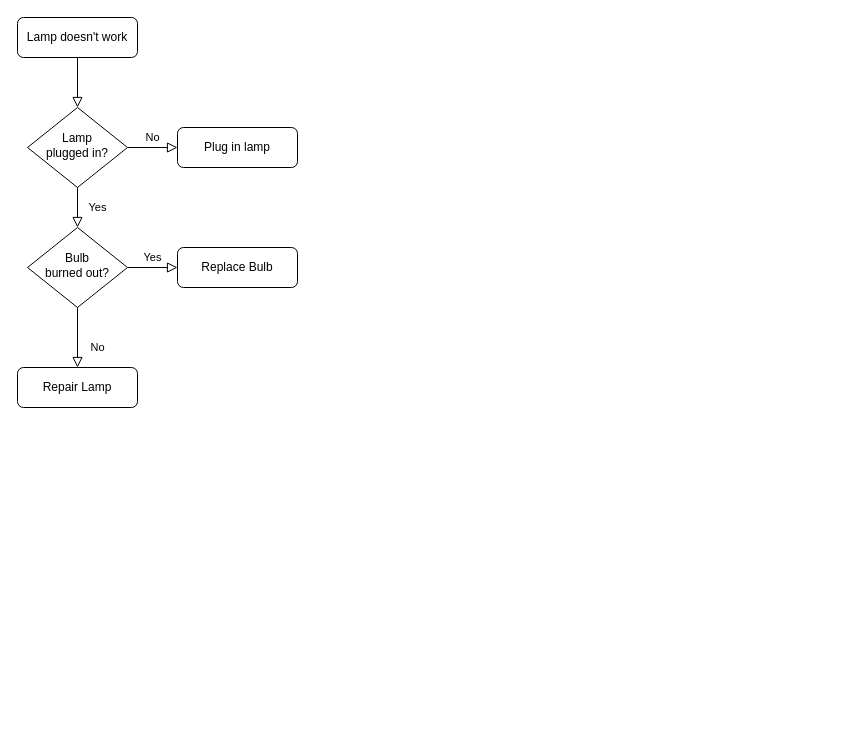
This is Lexer-Parser/ex00/ParserLexer.drawio from lugonzalg/Laboratory, a draw.io file, before an edit. Source tidied: cells renumbered, new cells numbered last; positions are measured from the earlier drawing's top-left corner, leaving out a move shared by most shapes. Both pictures are drawn from the tidied source at 100%, with x=0, y=0 at pixel (17, 17).
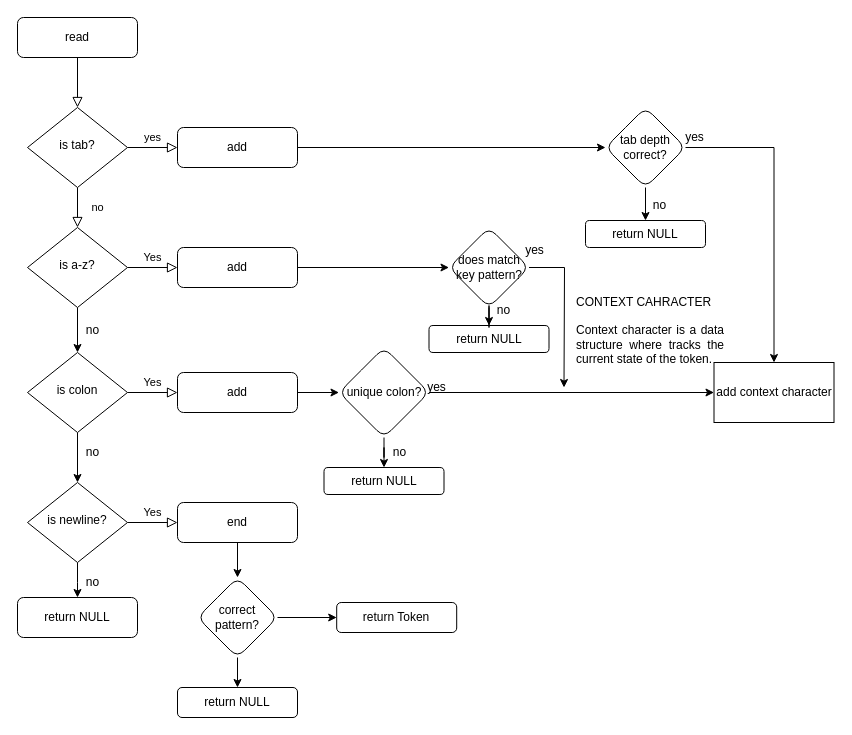
Above is the later version.

Diff of the diagram source:
```diff
@@
-    <mxCell id="3" value="Lamp doesn't work" style="rounded=1;whiteSpace=wrap;html=1;fontSize=12;glass=0;strokeWidth=1;shadow=0;" parent="1" vertex="1">
+    <mxCell id="3" value="read" style="rounded=1;whiteSpace=wrap;html=1;fontSize=12;glass=0;strokeWidth=1;shadow=0;" parent="1" vertex="1">
       <mxGeometry width="120" height="40" as="geometry" />
     </mxCell>
-    <mxCell id="4" value="Yes" style="rounded=0;html=1;jettySize=auto;fontSize=11;endArrow=block;endFill=0;endSize=8;strokeWidth=1;shadow=0;labelBackgroundColor=none;edgeStyle=orthogonalEdgeStyle;" parent="1" edge="1" source="6" target="10">
+    <mxCell id="4" value="no" style="rounded=0;html=1;jettySize=auto;fontSize=11;endArrow=block;endFill=0;endSize=8;strokeWidth=1;shadow=0;labelBackgroundColor=none;edgeStyle=orthogonalEdgeStyle;" parent="1" edge="1" source="6" target="10">
       <mxGeometry y="20" relative="1" as="geometry" />
     </mxCell>
-    <mxCell id="5" value="No" style="edgeStyle=orthogonalEdgeStyle;rounded=0;html=1;jettySize=auto;fontSize=11;endArrow=block;endFill=0;endSize=8;strokeWidth=1;shadow=0;labelBackgroundColor=none;" parent="1" edge="1" source="6" target="7">
+    <mxCell id="5" value="yes" style="edgeStyle=orthogonalEdgeStyle;rounded=0;html=1;jettySize=auto;fontSize=11;endArrow=block;endFill=0;endSize=8;strokeWidth=1;shadow=0;labelBackgroundColor=none;" parent="1" edge="1" source="6" target="7">
       <mxGeometry y="10" relative="1" as="geometry" />
     </mxCell>
-    <mxCell id="6" value="Lamp&lt;br&gt;plugged in?" style="rhombus;whiteSpace=wrap;html=1;shadow=0;fontFamily=Helvetica;fontSize=12;align=center;strokeWidth=1;spacing=6;spacingTop=-4;" parent="1" vertex="1">
+    <mxCell id="6" value="is tab?" style="rhombus;whiteSpace=wrap;html=1;shadow=0;fontFamily=Helvetica;fontSize=12;align=center;strokeWidth=1;spacing=6;spacingTop=-4;" parent="1" vertex="1">
       <mxGeometry x="10" y="90" width="100" height="80" as="geometry" />
     </mxCell>
+    <mxCell id="13" style="edgeStyle=orthogonalEdgeStyle;rounded=0;jettySize=auto;html=1;" parent="1" edge="1" source="7" target="17">
+      <mxGeometry relative="1" as="geometry" />
+    </mxCell>
-    <mxCell id="7" value="Plug in lamp" style="rounded=1;whiteSpace=wrap;html=1;fontSize=12;glass=0;strokeWidth=1;shadow=0;" parent="1" vertex="1">
+    <mxCell id="7" value="add" style="rounded=1;whiteSpace=wrap;html=1;fontSize=12;glass=0;strokeWidth=1;shadow=0;" parent="1" vertex="1">
       <mxGeometry x="160" y="110" width="120" height="40" as="geometry" />
     </mxCell>
-    <mxCell id="8" value="No" style="rounded=0;html=1;jettySize=auto;fontSize=11;endArrow=block;endFill=0;endSize=8;strokeWidth=1;shadow=0;labelBackgroundColor=none;edgeStyle=orthogonalEdgeStyle;" parent="1" edge="1" source="10" target="11">
-      <mxGeometry x="0.33" y="20" relative="1" as="geometry" />
-    </mxCell>
@@
+    <mxCell id="14" style="edgeStyle=orthogonalEdgeStyle;rounded=0;jettySize=auto;html=1;" parent="1" edge="1" source="10" target="22">
+      <mxGeometry relative="1" as="geometry" />
+    </mxCell>
-    <mxCell id="10" value="Bulb&lt;br&gt;burned out?" style="rhombus;whiteSpace=wrap;html=1;shadow=0;fontFamily=Helvetica;fontSize=12;align=center;strokeWidth=1;spacing=6;spacingTop=-4;" parent="1" vertex="1">
+    <mxCell id="10" value="is a-z?" style="rhombus;whiteSpace=wrap;html=1;shadow=0;fontFamily=Helvetica;fontSize=12;align=center;strokeWidth=1;spacing=6;spacingTop=-4;" parent="1" vertex="1">
       <mxGeometry x="10" y="210" width="100" height="80" as="geometry" />
     </mxCell>
-    <mxCell id="11" value="Repair Lamp" style="rounded=1;whiteSpace=wrap;html=1;fontSize=12;glass=0;strokeWidth=1;shadow=0;" parent="1" vertex="1">
-      <mxGeometry y="350" width="120" height="40" as="geometry" />
-    </mxCell>
-    <mxCell id="12" value="Replace Bulb" style="rounded=1;whiteSpace=wrap;html=1;fontSize=12;glass=0;strokeWidth=1;shadow=0;" parent="1" vertex="1">
+    <mxCell id="12" value="add" style="rounded=1;whiteSpace=wrap;html=1;fontSize=12;glass=0;strokeWidth=1;shadow=0;" parent="1" vertex="1">
       <mxGeometry x="160" y="230" width="120" height="40" as="geometry" />
     </mxCell>
+    <mxCell id="15" style="edgeStyle=orthogonalEdgeStyle;rounded=0;jettySize=auto;html=1;" parent="1" edge="1" source="17" target="18">
+      <mxGeometry relative="1" as="geometry" />
+    </mxCell>
+    <mxCell id="16" style="edgeStyle=orthogonalEdgeStyle;rounded=0;jettySize=auto;html=1;" parent="1" edge="1" source="17" target="40">
+      <mxGeometry relative="1" as="geometry" />
+    </mxCell>
+    <mxCell id="17" value="tab depth correct?" style="rhombus;whiteSpace=wrap;html=1;rounded=1;glass=0;strokeWidth=1;shadow=0;" parent="1" vertex="1">
+      <mxGeometry x="588" y="90" width="80" height="80" as="geometry" />
+    </mxCell>
+    <mxCell id="18" value="return NULL" style="whiteSpace=wrap;html=1;rounded=1;glass=0;strokeWidth=1;shadow=0;" parent="1" vertex="1">
+      <mxGeometry x="568" y="203" width="120" height="27" as="geometry" />
+    </mxCell>
+    <mxCell id="19" value="no" style="text;html=1;align=center;verticalAlign=middle;strokeColor=none;fillColor=none;" parent="1" vertex="1">
+      <mxGeometry x="622" y="173" width="40" height="30" as="geometry" />
+    </mxCell>
+    <mxCell id="20" value="Yes" style="edgeStyle=orthogonalEdgeStyle;rounded=0;html=1;jettySize=auto;fontSize=11;endArrow=block;endFill=0;endSize=8;strokeWidth=1;shadow=0;labelBackgroundColor=none;" parent="1" edge="1" source="22" target="24">
+      <mxGeometry y="10" relative="1" as="geometry" />
+    </mxCell>
+    <mxCell id="21" style="edgeStyle=orthogonalEdgeStyle;rounded=0;jettySize=auto;html=1;" parent="1" edge="1" source="22" target="32">
+      <mxGeometry relative="1" as="geometry" />
+    </mxCell>
+    <mxCell id="22" value="is colon" style="rhombus;whiteSpace=wrap;html=1;shadow=0;fontFamily=Helvetica;fontSize=12;align=center;strokeWidth=1;spacing=6;spacingTop=-4;" parent="1" vertex="1">
+      <mxGeometry x="10" y="335" width="100" height="80" as="geometry" />
+    </mxCell>
+    <mxCell id="23" style="edgeStyle=orthogonalEdgeStyle;rounded=0;jettySize=auto;html=1;" parent="1" edge="1" source="24" target="27">
+      <mxGeometry relative="1" as="geometry" />
+    </mxCell>
+    <mxCell id="24" value="add" style="rounded=1;whiteSpace=wrap;html=1;fontSize=12;glass=0;strokeWidth=1;shadow=0;" parent="1" vertex="1">
+      <mxGeometry x="160" y="355" width="120" height="40" as="geometry" />
+    </mxCell>
+    <mxCell id="25" style="edgeStyle=orthogonalEdgeStyle;rounded=0;jettySize=auto;html=1;" parent="1" edge="1" source="27" target="28">
+      <mxGeometry relative="1" as="geometry" />
+    </mxCell>
+    <mxCell id="26" style="edgeStyle=orthogonalEdgeStyle;rounded=0;jettySize=auto;html=1;entryX=0;entryY=0.5;entryDx=0;entryDy=0;" parent="1" edge="1" source="27" target="40">
+      <mxGeometry relative="1" as="geometry" />
+    </mxCell>
+    <mxCell id="27" value="unique colon?" style="rhombus;whiteSpace=wrap;html=1;rounded=1;glass=0;strokeWidth=1;shadow=0;" parent="1" vertex="1">
+      <mxGeometry x="321.5" y="330" width="90" height="90" as="geometry" />
+    </mxCell>
+    <mxCell id="28" value="return NULL" style="whiteSpace=wrap;html=1;rounded=1;glass=0;strokeWidth=1;shadow=0;" parent="1" vertex="1">
+      <mxGeometry x="306.5" y="450" width="120" height="27" as="geometry" />
+    </mxCell>
+    <mxCell id="29" value="no" style="text;html=1;align=center;verticalAlign=middle;strokeColor=none;fillColor=none;" parent="1" vertex="1">
+      <mxGeometry x="361.5" y="420" width="40" height="30" as="geometry" />
+    </mxCell>
+    <mxCell id="30" value="Yes" style="edgeStyle=orthogonalEdgeStyle;rounded=0;html=1;jettySize=auto;fontSize=11;endArrow=block;endFill=0;endSize=8;strokeWidth=1;shadow=0;labelBackgroundColor=none;" parent="1" edge="1" source="32" target="34">
+      <mxGeometry y="10" relative="1" as="geometry" />
+    </mxCell>
+    <mxCell id="31" style="edgeStyle=orthogonalEdgeStyle;rounded=0;jettySize=auto;html=1;" parent="1" edge="1" source="32">
+      <mxGeometry relative="1" as="geometry">
+        <mxPoint x="60" y="580" as="targetPoint" />
+      </mxGeometry>
+    </mxCell>
+    <mxCell id="32" value="is newline?" style="rhombus;whiteSpace=wrap;html=1;shadow=0;fontFamily=Helvetica;fontSize=12;align=center;strokeWidth=1;spacing=6;spacingTop=-4;" parent="1" vertex="1">
+      <mxGeometry x="10" y="465" width="100" height="80" as="geometry" />
+    </mxCell>
+    <mxCell id="33" style="edgeStyle=orthogonalEdgeStyle;rounded=0;jettySize=auto;html=1;" parent="1" edge="1" source="34" target="43">
+      <mxGeometry relative="1" as="geometry" />
+    </mxCell>
+    <mxCell id="34" value="end" style="rounded=1;whiteSpace=wrap;html=1;fontSize=12;glass=0;strokeWidth=1;shadow=0;" parent="1" vertex="1">
+      <mxGeometry x="160" y="485" width="120" height="40" as="geometry" />
+    </mxCell>
+    <mxCell id="35" value="no" style="text;html=1;align=center;verticalAlign=middle;strokeColor=none;fillColor=none;" parent="1" vertex="1">
+      <mxGeometry x="54.5" y="298" width="40" height="30" as="geometry" />
+    </mxCell>
+    <mxCell id="36" value="no" style="text;html=1;align=center;verticalAlign=middle;strokeColor=none;fillColor=none;" parent="1" vertex="1">
+      <mxGeometry x="54.5" y="420" width="40" height="30" as="geometry" />
+    </mxCell>
+    <mxCell id="37" value="no" style="text;html=1;align=center;verticalAlign=middle;strokeColor=none;fillColor=none;" parent="1" vertex="1">
+      <mxGeometry x="54.5" y="550" width="40" height="30" as="geometry" />
+    </mxCell>
+    <mxCell id="38" value="return NULL" style="rounded=1;whiteSpace=wrap;html=1;fontSize=12;glass=0;strokeWidth=1;shadow=0;" parent="1" vertex="1">
+      <mxGeometry y="580" width="120" height="40" as="geometry" />
+    </mxCell>
+    <mxCell id="39" value="return Token" style="rounded=1;whiteSpace=wrap;html=1;fontSize=12;glass=0;strokeWidth=1;shadow=0;" parent="1" vertex="1">
+      <mxGeometry x="319.2" y="585" width="120" height="30" as="geometry" />
+    </mxCell>
+    <mxCell id="40" value="add context character" style="rounded=0;whiteSpace=wrap;html=1;" parent="1" vertex="1">
+      <mxGeometry x="696.5" y="345" width="120" height="60" as="geometry" />
+    </mxCell>
+    <mxCell id="41" style="edgeStyle=orthogonalEdgeStyle;rounded=0;jettySize=auto;html=1;" parent="1" edge="1" source="43" target="39">
+      <mxGeometry relative="1" as="geometry" />
+    </mxCell>
+    <mxCell id="42" style="edgeStyle=orthogonalEdgeStyle;rounded=0;jettySize=auto;html=1;entryX=0.5;entryY=0;entryDx=0;entryDy=0;" parent="1" edge="1" source="43" target="44">
+      <mxGeometry relative="1" as="geometry" />
+    </mxCell>
+    <mxCell id="43" value="correct pattern?" style="rhombus;whiteSpace=wrap;html=1;rounded=1;glass=0;strokeWidth=1;shadow=0;" parent="1" vertex="1">
+      <mxGeometry x="180" y="560" width="80" height="80" as="geometry" />
+    </mxCell>
+    <mxCell id="44" value="return NULL" style="whiteSpace=wrap;html=1;rounded=1;glass=0;strokeWidth=1;shadow=0;" parent="1" vertex="1">
+      <mxGeometry x="160" y="670" width="120" height="30" as="geometry" />
+    </mxCell>
+    <mxCell id="45" value="&lt;div align=&quot;justify&quot;&gt;CONTEXT CAHRACTER&lt;/div&gt;&lt;div align=&quot;justify&quot;&gt;&lt;br&gt;Context character is a data structure where tracks the current state of the token.&lt;/div&gt;" style="text;html=1;strokeColor=none;fillColor=none;align=center;verticalAlign=middle;whiteSpace=wrap;rounded=0;" parent="1" vertex="1">
+      <mxGeometry x="557.5" y="248" width="150" height="130" as="geometry" />
+    </mxCell>
+    <mxCell id="46" style="edgeStyle=orthogonalEdgeStyle;rounded=0;orthogonalLoop=1;jettySize=auto;html=1;exitX=0.5;exitY=1;exitDx=0;exitDy=0;" parent="1" edge="1">
+      <mxGeometry relative="1" as="geometry">
+        <mxPoint x="550" y="345" as="sourcePoint" />
+        <mxPoint x="550" y="345" as="targetPoint" />
+      </mxGeometry>
+    </mxCell>
+    <mxCell id="47" value="yes" style="text;html=1;align=center;verticalAlign=middle;strokeColor=none;fillColor=none;" parent="1" vertex="1">
+      <mxGeometry x="399.2" y="355" width="40" height="30" as="geometry" />
+    </mxCell>
+    <mxCell id="48" value="yes" style="text;html=1;align=center;verticalAlign=middle;strokeColor=none;fillColor=none;" parent="1" vertex="1">
+      <mxGeometry x="656.5" y="105" width="40" height="30" as="geometry" />
+    </mxCell>
+    <mxCell id="49" value="return NULL" style="whiteSpace=wrap;html=1;rounded=1;glass=0;strokeWidth=1;shadow=0;" parent="1" vertex="1">
+      <mxGeometry x="411.5" y="308" width="120" height="27" as="geometry" />
+    </mxCell>
+    <mxCell id="50" style="edgeStyle=orthogonalEdgeStyle;rounded=0;jettySize=auto;html=1;" parent="1" edge="1" source="12" target="53">
+      <mxGeometry relative="1" as="geometry" />
+    </mxCell>
+    <mxCell id="51" style="edgeStyle=orthogonalEdgeStyle;rounded=0;jettySize=auto;html=1;entryX=0.5;entryY=0;entryDx=0;entryDy=0;" parent="1" edge="1" source="53" target="49">
+      <mxGeometry relative="1" as="geometry" />
+    </mxCell>
+    <mxCell id="52" style="edgeStyle=orthogonalEdgeStyle;rounded=0;jettySize=auto;html=1;" parent="1" edge="1" source="53">
+      <mxGeometry relative="1" as="geometry">
+        <mxPoint x="546.5" y="370" as="targetPoint" />
+      </mxGeometry>
+    </mxCell>
+    <mxCell id="53" value="does match key pattern?" style="rhombus;whiteSpace=wrap;html=1;rounded=1;glass=0;strokeWidth=1;shadow=0;" parent="1" vertex="1">
+      <mxGeometry x="431.5" y="210" width="80" height="80" as="geometry" />
+    </mxCell>
+    <mxCell id="54" value="yes" style="text;html=1;align=center;verticalAlign=middle;strokeColor=none;fillColor=none;" parent="1" vertex="1">
+      <mxGeometry x="496.5" y="218" width="40" height="30" as="geometry" />
+    </mxCell>
+    <mxCell id="55" value="no" style="text;html=1;align=center;verticalAlign=middle;strokeColor=none;fillColor=none;" parent="1" vertex="1">
+      <mxGeometry x="465.5" y="278" width="40" height="30" as="geometry" />
+    </mxCell>
```
